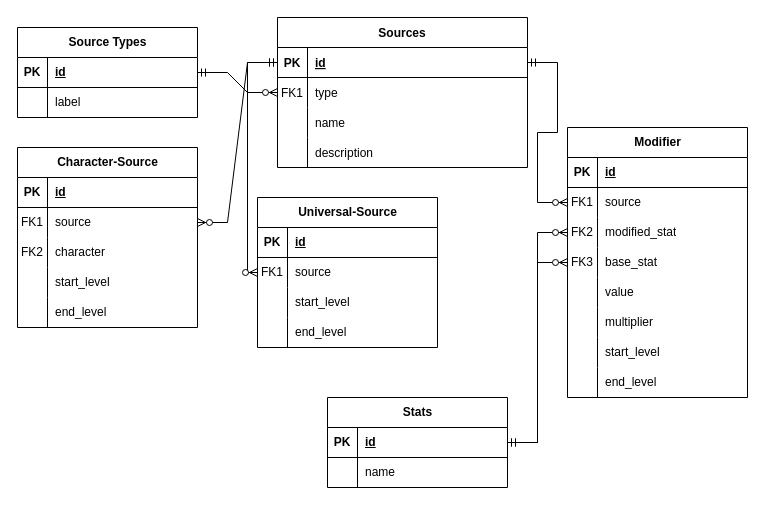
Above: erd.drawio in UniversePenguin/dnd-character-builder (draw.io), before the change. Source tidied: cells renumbered, new cells numbered last; positions are measured from the earlier drawing's top-left corner, leaving out a move shared by most shapes. Both pictures are drawn from the tidied source at 100%, with x=0, y=0 at pixel (17, 17).
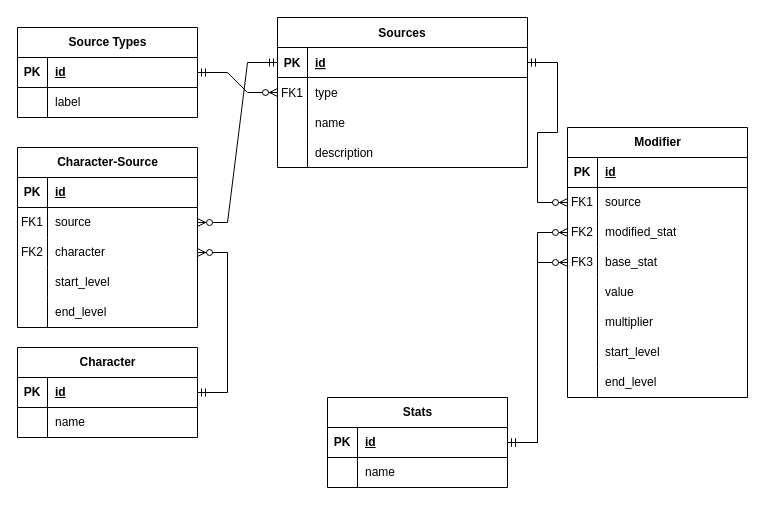
The same page after the edit.

The change refers to these unchanged cells:
```xml
<mxCell id="3" style="shape=partialRectangle;fillColor=none;points=[[0,0.5],[1,0.5]];portConstraint=eastwest;top=0;left=0;right=0;bottom=1;" parent="2" vertex="1">
  <mxGeometry y="30" width="250" height="30" as="geometry" />
</mxCell>
<mxCell id="62" style="shape=tableRow;horizontal=0;startSize=0;swimlaneHead=0;swimlaneBody=0;fillColor=none;points=[[0,0.5],[1,0.5]];portConstraint=eastwest;top=0;left=0;right=0;bottom=0;" parent="58" vertex="1">
  <mxGeometry y="60" width="180" height="30" as="geometry" />
</mxCell>
<mxCell id="65" style="shape=tableRow;horizontal=0;startSize=0;swimlaneHead=0;swimlaneBody=0;fillColor=none;points=[[0,0.5],[1,0.5]];portConstraint=eastwest;top=0;left=0;right=0;bottom=0;" parent="58" vertex="1">
  <mxGeometry y="90" width="180" height="30" as="geometry" />
</mxCell>
```

The edit, as a diff of the source:
```diff
@@
-    <mxCell id="74" value="Universal-Source" style="shape=table;startSize=30;childLayout=tableLayout;rowLines=0;fontStyle=1;align=center;html=1;" parent="1" vertex="1">
-      <mxGeometry x="240" y="180" width="180" height="150" as="geometry" />
-    </mxCell>
+    <mxCell id="87" style="edgeStyle=entityRelationEdgeStyle;fontSize=12;html=1;endArrow=ERzeroToMany;startArrow=ERmandOne;rounded=0;exitX=0;exitY=0.5;exitDx=0;exitDy=0;entryX=1;entryY=0.5;entryDx=0;entryDy=0;" parent="1" edge="1" source="3" target="62">
+      <mxGeometry relative="1" as="geometry" />
+    </mxCell>
+    <mxCell id="89" value="Character" style="shape=table;startSize=30;childLayout=tableLayout;rowLines=0;fontStyle=1;align=center;html=1;" parent="1" vertex="1">
+      <mxGeometry y="330" width="180" height="90" as="geometry" />
+    </mxCell>
-    <mxCell id="75" style="shape=tableRow;horizontal=0;startSize=0;swimlaneHead=0;swimlaneBody=0;fillColor=none;points=[[0,0.5],[1,0.5]];portConstraint=eastwest;top=0;left=0;right=0;bottom=1;" parent="74" vertex="1">
+    <mxCell id="75" style="shape=tableRow;horizontal=0;startSize=0;swimlaneHead=0;swimlaneBody=0;fillColor=none;points=[[0,0.5],[1,0.5]];portConstraint=eastwest;top=0;left=0;right=0;bottom=1;" parent="89" vertex="1">
       <mxGeometry y="30" width="180" height="30" as="geometry" />
     </mxCell>
@@
-    <mxCell id="78" style="shape=tableRow;horizontal=0;startSize=0;swimlaneHead=0;swimlaneBody=0;fillColor=none;top=0;left=0;right=0;bottom=0;" parent="74" vertex="1">
+    <mxCell id="78" style="shape=tableRow;horizontal=0;startSize=0;swimlaneHead=0;swimlaneBody=0;fillColor=none;top=0;left=0;right=0;bottom=0;" parent="89" vertex="1">
       <mxGeometry y="60" width="180" height="30" as="geometry" />
     </mxCell>
-    <mxCell id="79" value="FK1" style="shape=partialRectangle;fillColor=none;top=0;left=0;bottom=0;right=0;overflow=hidden;whiteSpace=wrap;html=1;" parent="78" vertex="1">
-      <mxGeometry width="30" height="30" as="geometry" />
-    </mxCell>
-    <mxCell id="80" value="source" style="shape=partialRectangle;fillColor=none;top=0;left=0;bottom=0;right=0;align=left;spacingLeft=6;overflow=hidden;whiteSpace=wrap;html=1;" parent="78" vertex="1">
-      <mxGeometry x="30" width="150" height="30" as="geometry" />
-    </mxCell>
-    <mxCell id="81" style="shape=tableRow;horizontal=0;startSize=0;swimlaneHead=0;swimlaneBody=0;fillColor=none;top=0;left=0;right=0;bottom=0;" parent="74" vertex="1">
-      <mxGeometry y="90" width="180" height="30" as="geometry" />
-    </mxCell>
-    <mxCell id="82" style="shape=partialRectangle;fillColor=none;top=0;left=0;bottom=0;right=0;overflow=hidden;whiteSpace=wrap;html=1;" parent="81" vertex="1">
-      <mxGeometry width="30" height="30" as="geometry" />
-    </mxCell>
-    <mxCell id="83" value="start_level" style="shape=partialRectangle;fillColor=none;top=0;left=0;bottom=0;right=0;align=left;spacingLeft=6;overflow=hidden;whiteSpace=wrap;html=1;" parent="81" vertex="1">
-      <mxGeometry x="30" width="150" height="30" as="geometry" />
-    </mxCell>
-    <mxCell id="84" style="shape=tableRow;horizontal=0;startSize=0;swimlaneHead=0;swimlaneBody=0;fillColor=none;top=0;left=0;right=0;bottom=0;" parent="74" vertex="1">
-      <mxGeometry y="120" width="180" height="30" as="geometry" />
-    </mxCell>
-    <mxCell id="85" style="shape=partialRectangle;fillColor=none;top=0;left=0;bottom=0;right=0;overflow=hidden;whiteSpace=wrap;html=1;" parent="84" vertex="1">
-      <mxGeometry width="30" height="30" as="geometry" />
-    </mxCell>
-    <mxCell id="86" value="end_level" style="shape=partialRectangle;fillColor=none;top=0;left=0;bottom=0;right=0;align=left;spacingLeft=6;overflow=hidden;whiteSpace=wrap;html=1;" parent="84" vertex="1">
-      <mxGeometry x="30" width="150" height="30" as="geometry" />
-    </mxCell>
-    <mxCell id="87" style="edgeStyle=entityRelationEdgeStyle;fontSize=12;html=1;endArrow=ERzeroToMany;startArrow=ERmandOne;rounded=0;exitX=0;exitY=0.5;exitDx=0;exitDy=0;entryX=1;entryY=0.5;entryDx=0;entryDy=0;" parent="1" edge="1" source="3" target="62">
-      <mxGeometry relative="1" as="geometry" />
-    </mxCell>
-    <mxCell id="88" style="edgeStyle=orthogonalEdgeStyle;fontSize=12;html=1;endArrow=ERzeroToMany;startArrow=ERmandOne;rounded=0;exitX=0;exitY=0.5;exitDx=0;exitDy=0;entryX=0;entryY=0.5;entryDx=0;entryDy=0;" parent="1" edge="1" source="3" target="74">
-      <mxGeometry relative="1" as="geometry" />
-    </mxCell>
+    <mxCell id="90" style="shape=partialRectangle;fillColor=none;top=0;left=0;bottom=0;right=0;overflow=hidden;whiteSpace=wrap;html=1;" parent="78" vertex="1">
+      <mxGeometry width="30" height="30" as="geometry" />
+    </mxCell>
+    <mxCell id="91" value="name" style="shape=partialRectangle;fillColor=none;top=0;left=0;bottom=0;right=0;align=left;spacingLeft=6;overflow=hidden;whiteSpace=wrap;html=1;" parent="78" vertex="1">
+      <mxGeometry x="30" width="150" height="30" as="geometry" />
+    </mxCell>
+    <mxCell id="92" style="edgeStyle=entityRelationEdgeStyle;fontSize=12;html=1;endArrow=ERzeroToMany;startArrow=ERmandOne;rounded=0;entryX=1;entryY=0.5;entryDx=0;entryDy=0;exitX=1;exitY=0.5;exitDx=0;exitDy=0;" parent="1" edge="1" source="75" target="65">
+      <mxGeometry relative="1" as="geometry" />
+    </mxCell>
```
